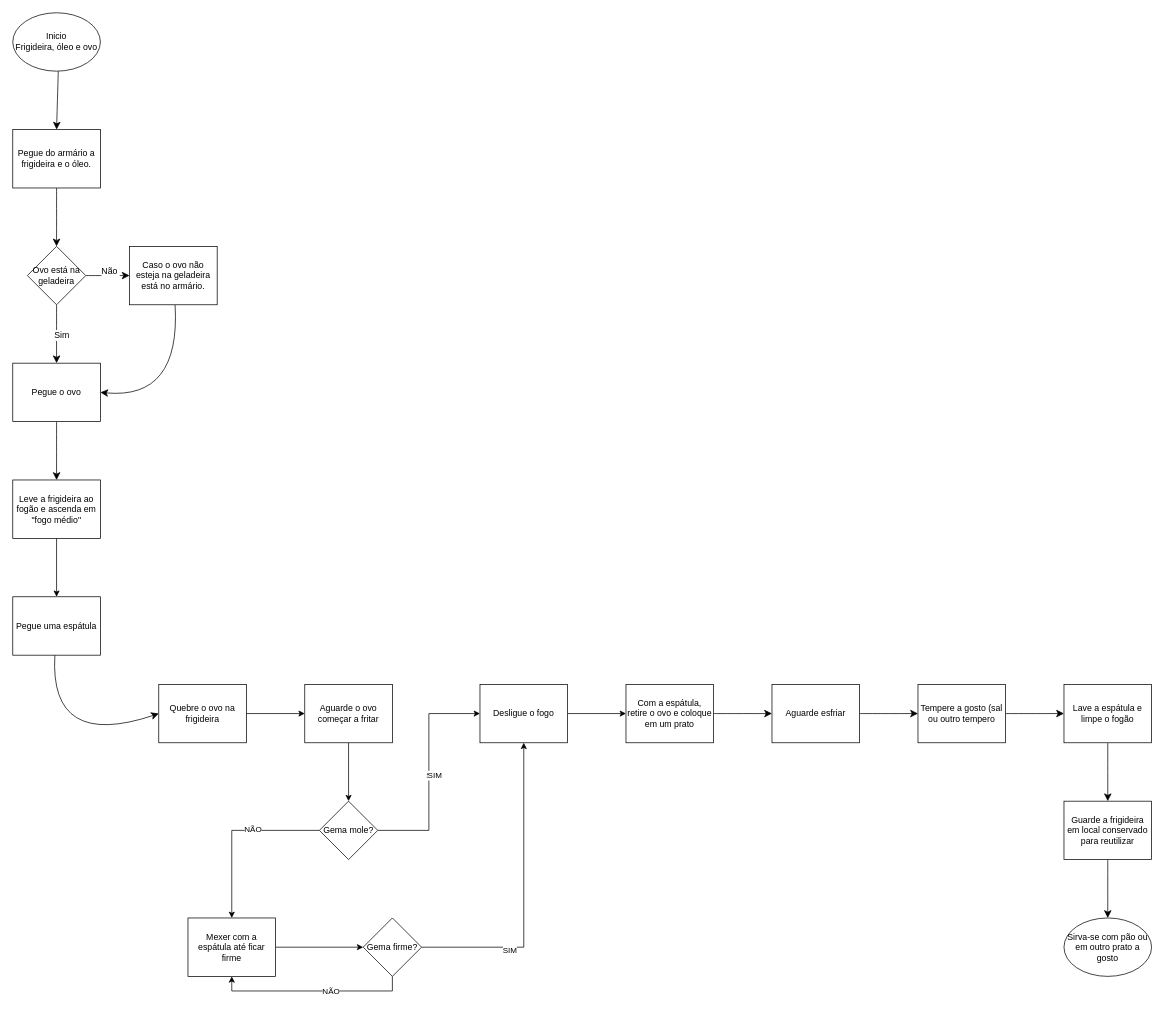
Earlier version of the draw.io diagram Diagrama sem nome.drawio (IagoPelitero/senaiaulas). Source tidied: cells renumbered, new cells numbered last; positions are measured from the earlier drawing's top-left corner, leaving out a move shared by most shapes. Both pictures are drawn from the tidied source at 73%, with x=0, y=0 at pixel (12, 12).
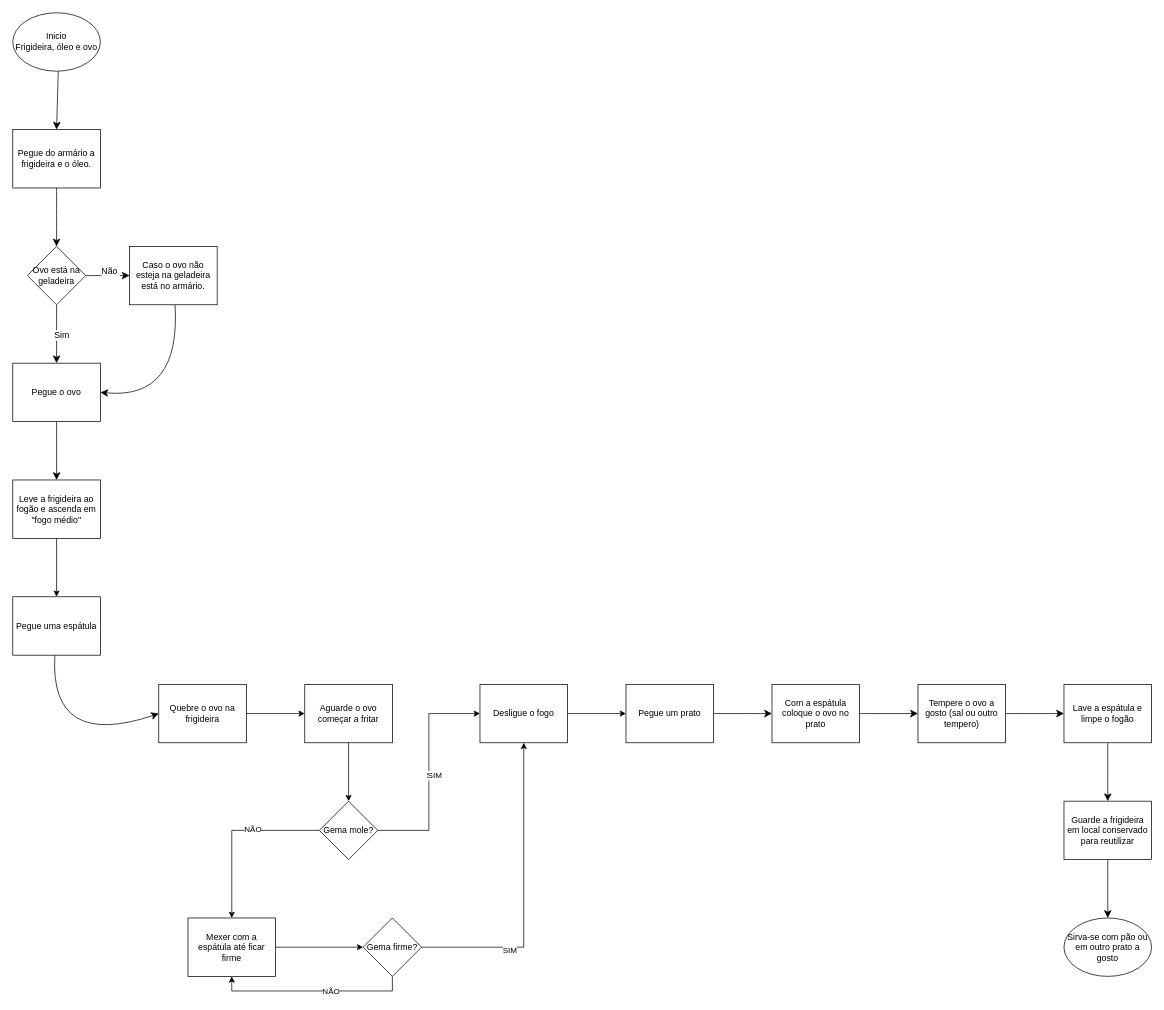
The same diagram, later.

Commit message:
Fritar um ovo 2.0

Change to the diagram source:
```diff
@@
-    <mxCell id="29" value="Com a espátula, retire o ovo e coloque em um prato" style="rounded=0;whiteSpace=wrap;html=1;" parent="1" vertex="1">
+    <mxCell id="29" value="Pegue um prato" style="rounded=0;whiteSpace=wrap;html=1;" parent="1" vertex="1">
       <mxGeometry x="840" y="920" width="120" height="80" as="geometry" />
     </mxCell>
@@
-    <mxCell id="42" value="Aguarde esfriar" style="rounded=0;whiteSpace=wrap;html=1;" parent="1" vertex="1">
+    <mxCell id="42" value="Com a espátula coloque o ovo no prato" style="rounded=0;whiteSpace=wrap;html=1;" parent="1" vertex="1">
       <mxGeometry x="1040" y="920" width="120" height="80" as="geometry" />
     </mxCell>
@@
-    <mxCell id="44" value="Tempere a gosto (sal ou outro tempero" style="rounded=0;whiteSpace=wrap;html=1;" parent="1" vertex="1">
+    <mxCell id="44" value="Tempere o ovo a gosto (sal ou outro tempero)" style="rounded=0;whiteSpace=wrap;html=1;" parent="1" vertex="1">
       <mxGeometry x="1240" y="920" width="120" height="80" as="geometry" />
     </mxCell>
```
